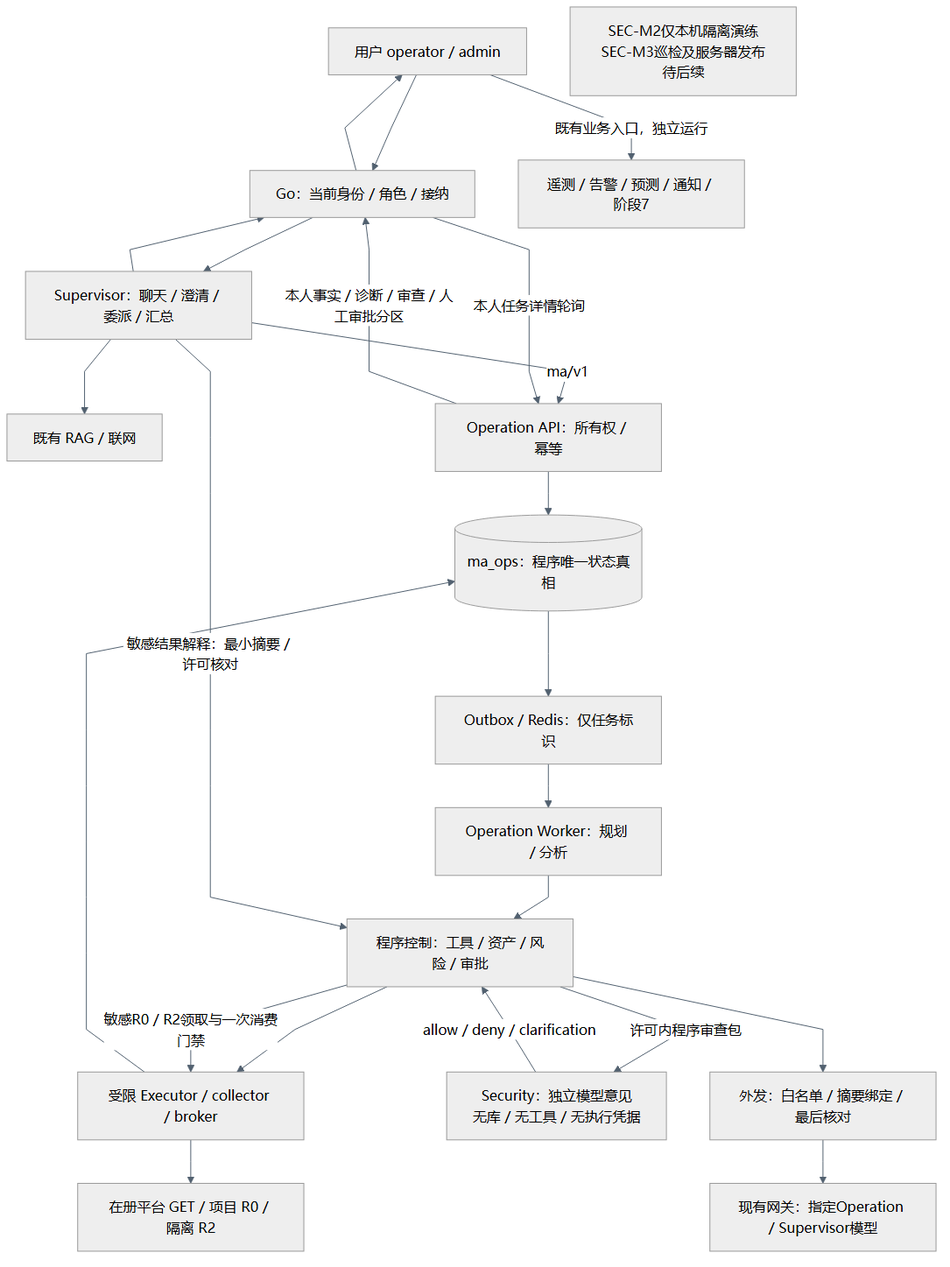
The Mermaid diagram 内容/第二版-智能体升级/多智能体协作建设/技术选型与架构设计/diagrams/architecture.png in Cyan-carp/PowerSystem, before a commit. Its source is kept beside it as 内容/第二版-智能体升级/多智能体协作建设/技术选型与架构设计/diagrams/architecture.mmd. Source of this version:
```mermaid
flowchart TB
  U["用户 operator / admin"] --> G["Go：当前身份 / 角色 / 接纳"]
  G --> S["Supervisor：聊天 / 澄清 / 委派 / 汇总"]
  S --> K["既有 RAG / 联网"]
  S -->|"ma/v1"| O["Operation API：所有权 / 幂等"]
  O --> DB[("ma_ops：程序唯一状态真相")]
  DB --> Q["Outbox / Redis：仅任务标识"]
  Q --> W["Operation Worker：规划 / 分析"]
  W --> C["程序控制：工具 / 资产 / 风险 / 审批"]
  C --> T["受限 Executor / collector / broker"]
  T --> A["在册平台 GET / 项目 R0 / 隔离 R2"]
  T --> DB
  C -->|"许可内程序审查包"| R["Security：独立模型意见<br/>无库 / 无工具 / 无执行凭据"]
  R -->|"allow / deny / clarification"| C
  C -->|"敏感R0 / R2领取与一次消费门禁"| T
  S -->|"敏感结果解释：最小摘要 / 许可核对"| C
  C --> E["外发：白名单 / 摘要绑定 / 最后核对"]
  E --> L["现有网关：指定Operation / Supervisor模型"]
  G -->|"本人任务详情轮询"| O
  O -->|"本人事实 / 诊断 / 审查 / 人工审批分区"| G
  S --> G
  G --> U
  U -->|"既有业务入口，独立运行"| B["遥测 / 告警 / 预测 / 通知 / 阶段7"]
  N["SEC-M2仅本机隔离演练<br/>SEC-M3巡检及服务器发布待后续"]
```
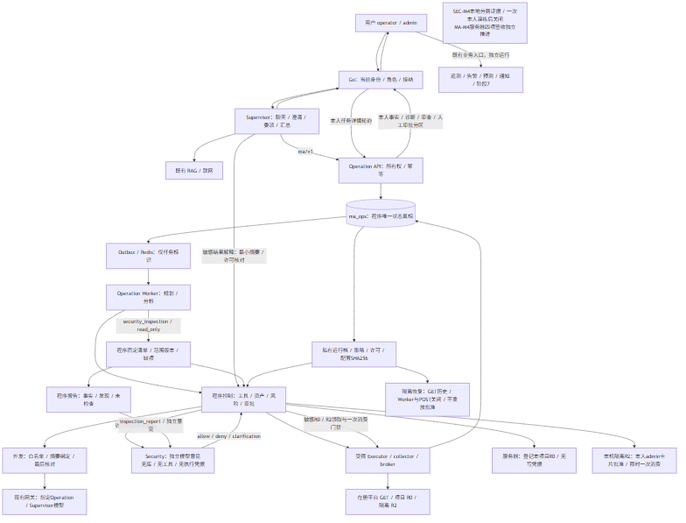
The same file after the commit.

The edit, as a diff of the source:
```diff
@@ -21,4 +21,13 @@
   S --> G
   G --> U
   U -->|"既有业务入口，独立运行"| B["遥测 / 告警 / 预测 / 通知 / 阶段7"]
-  N["SEC-M2仅本机隔离演练<br/>SEC-M3巡检及服务器发布待后续"]
+  W -->|"security_inspection / read_only"| I["程序固定清单 / 范围版本 / 缺项"]
+  I --> C
+  I --> F["程序报告：事实 / 发现 / 未检查"]
+  F -->|"inspection_report / 独立意见"| R
+  N["SEC-M4本地分层证据 / 一次本人演练后关闭<br/>MA-M4服务器四项签收独立推进"]
+  DB --> RC["私有运行档 / 策略 / 许可 / 配置SHA256"]
+  RC --> C
+  C --> SR["服务器：登记本项目R0 / 无写凭据"]
+  C --> DR["本机隔离R2：本人admin卡片批准 / 限时一次消费"]
+  RC --> RR["隔离恢复：GET历史 / Worker与POST关闭 / 不重放批准"]
```
